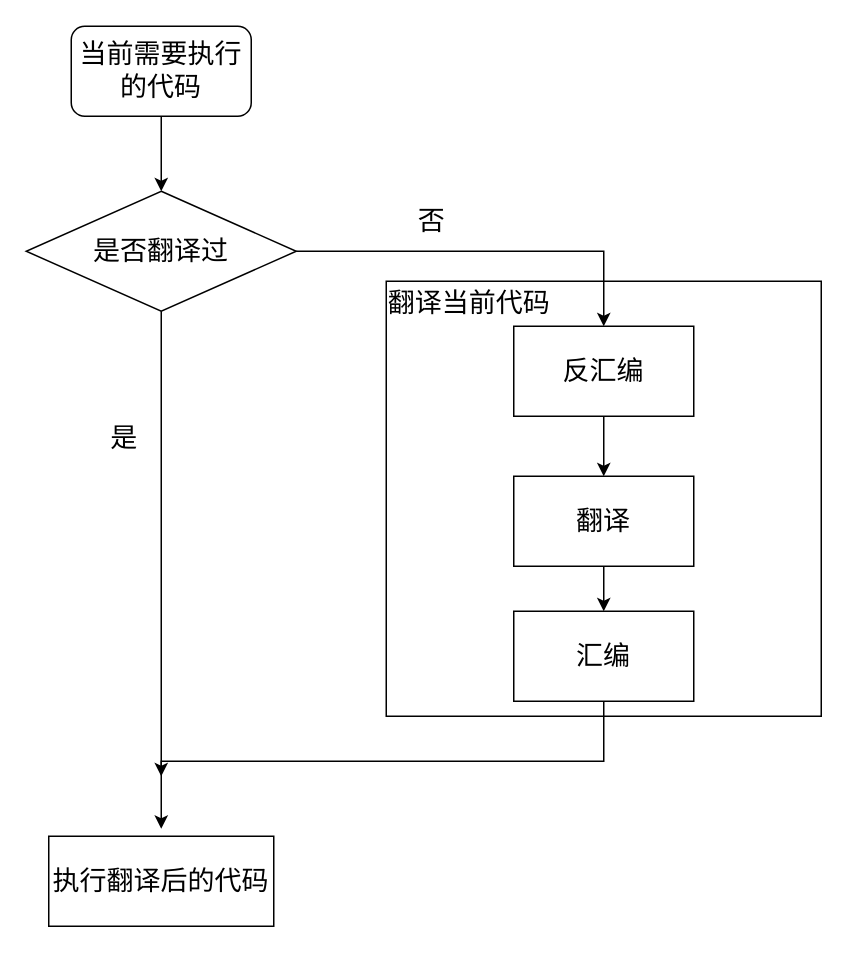
The draw.io diagram page "第 12 页" (12 of 14) of lajit.drawio in ganjue66da/ganjue66da, before the edit. Source tidied: cells renumbered, new cells numbered last; positions are measured from the earlier drawing's top-left corner, leaving out a move shared by most shapes. Both pictures are drawn from the tidied source at 150%, with x=0, y=0 at pixel (26, 26).
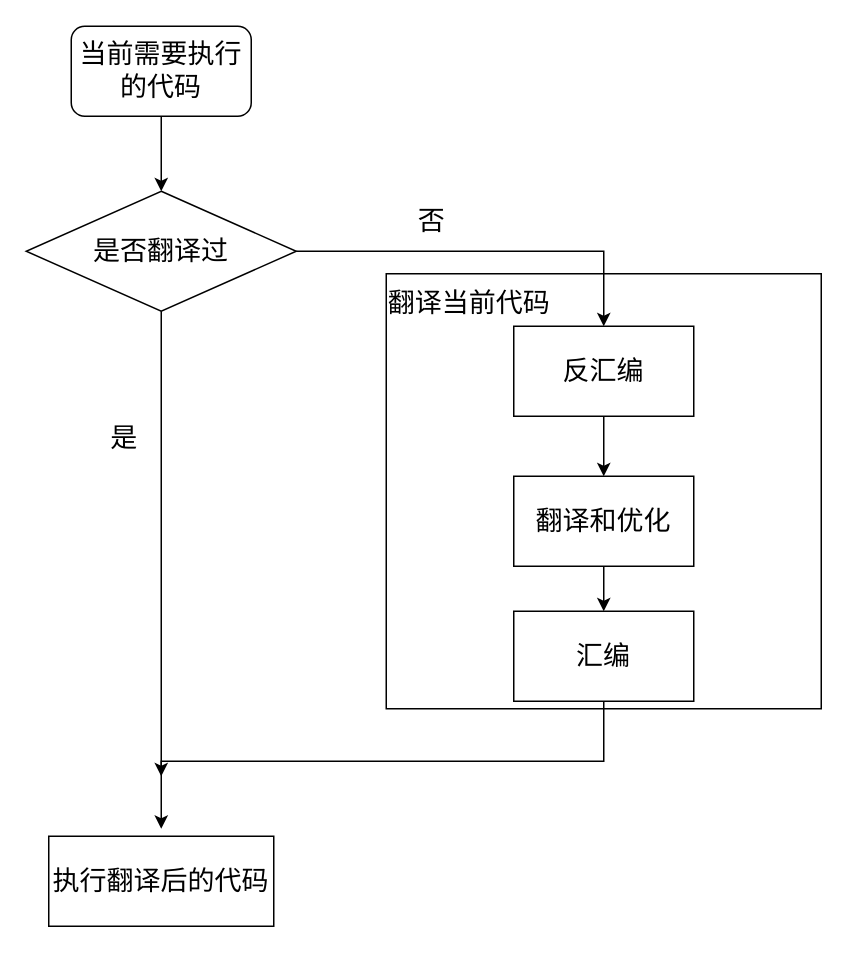
The same diagram, later.

Diff of the diagram source:
```diff
@@
-    <mxCell id="5" value="翻译" style="rounded=0;whiteSpace=wrap;html=1;fontSize=18;fillColor=none;" parent="1" vertex="1">
+    <mxCell id="5" value="翻译和优化" style="rounded=0;whiteSpace=wrap;html=1;fontSize=18;fillColor=none;" parent="1" vertex="1">
       <mxGeometry x="325" y="300" width="120" height="60" as="geometry" />
     </mxCell>
@@
     <mxCell id="8" style="whiteSpace=wrap;html=1;fontSize=18;fillColor=none;" parent="1" vertex="1">
-      <mxGeometry x="240" y="170" width="290" height="290" as="geometry" />
+      <mxGeometry x="240" y="165" width="290" height="290" as="geometry" />
     </mxCell>
```
